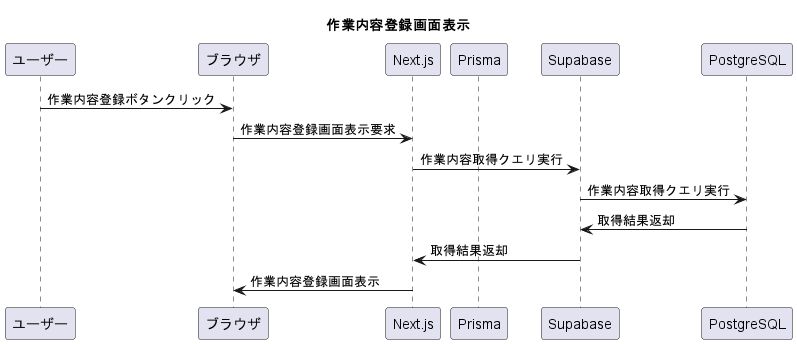
This is uml/out/angerLog/pageCategoryInsert/pageCategoryInsert.png from washogo/angerLogApp, a PlantUML export, as it was before one commit.
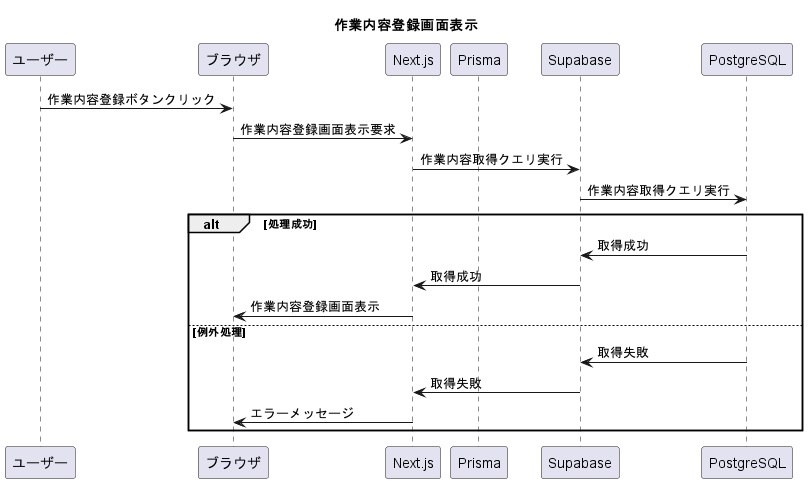
The same file after the commit.

Change to the diagram source:
```diff
@@ -11,8 +11,14 @@
 ブラウザ -> Next.js: 作業内容登録画面表示要求
 Next.js -> Supabase: 作業内容取得クエリ実行
 Supabase -> PostgreSQL: 作業内容取得クエリ実行
-PostgreSQL -> Supabase: 取得結果返却
-Supabase -> Next.js: 取得結果返却
-Next.js -> ブラウザ: 作業内容登録画面表示
+alt 処理成功
+  PostgreSQL -> Supabase: 取得成功
+  Supabase -> Next.js: 取得成功
+  Next.js -> ブラウザ: 作業内容登録画面表示
+else 例外処理
+  PostgreSQL -> Supabase: 取得失敗
+  Supabase -> Next.js: 取得失敗
+  Next.js -> ブラウザ: エラーメッセージ
+end
 
 @enduml
```
